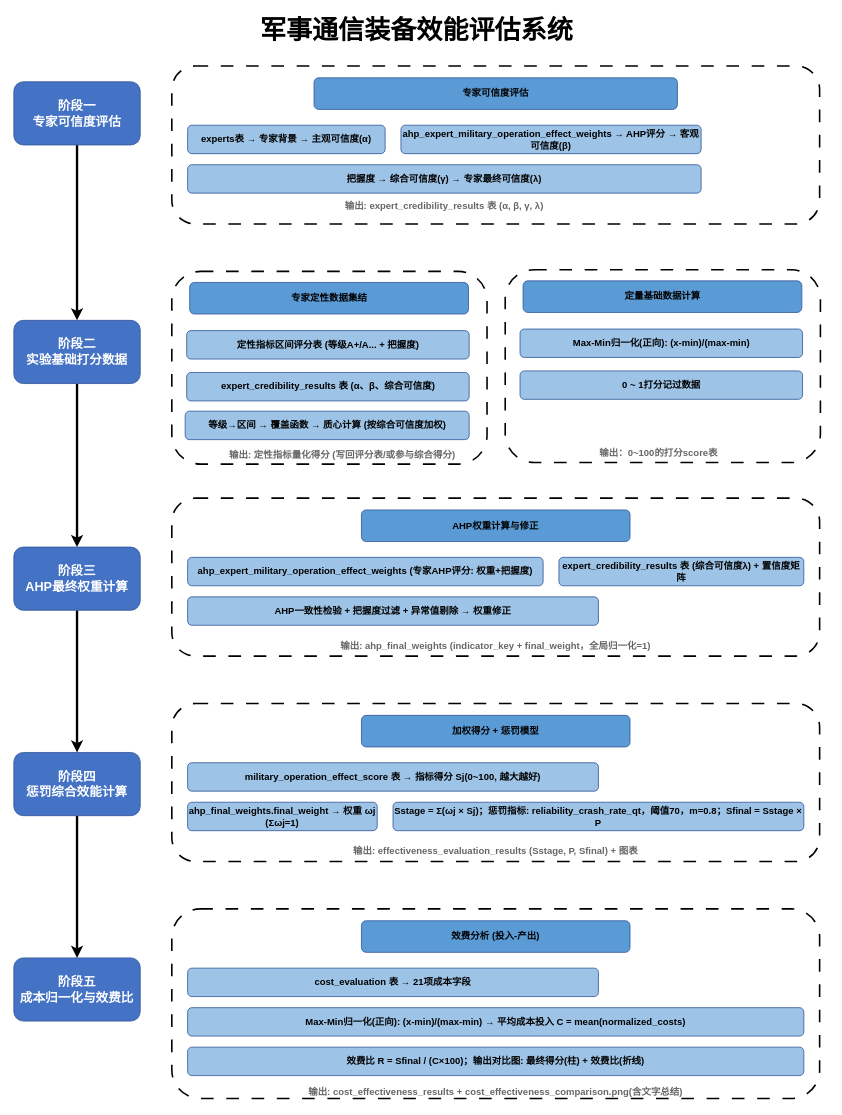
This is military_operational_effectiveness_evaluation/operation/流程图.drawio from Ruotong2025/Military_Communication_Performance_Evaluation, a draw.io file, before an edit. Source tidied: cells renumbered, new cells numbered last; positions are measured from the earlier drawing's top-left corner, leaving out a move shared by most shapes. Both pictures are drawn from the tidied source at 79%, with x=0, y=0 at pixel (13, 13).
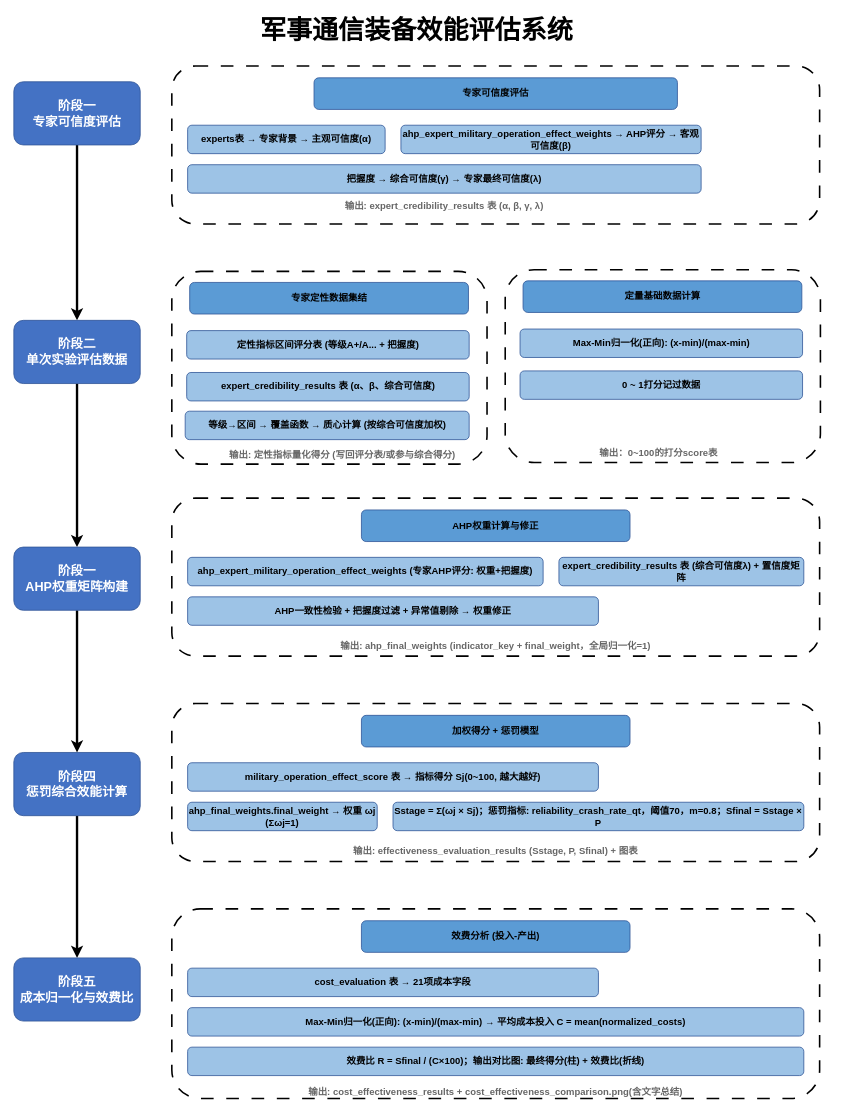
Above is the later version.

Diff of the diagram source:
```diff
@@
-    <mxCell id="14" value="阶段二&lt;br&gt;实验基础打分数据" style="rounded=1;whiteSpace=wrap;html=1;fillColor=#4472C4;strokeColor=#2F5496;fontColor=#FFFFFF;fontSize=16;fontStyle=1;align=center;verticalAlign=middle;" parent="1" vertex="1">
+    <mxCell id="14" value="阶段二&lt;br&gt;单次实验评估数据" style="rounded=1;whiteSpace=wrap;html=1;fillColor=#4472C4;strokeColor=#2F5496;fontColor=#FFFFFF;fontSize=16;fontStyle=1;align=center;verticalAlign=middle;" parent="1" vertex="1">
       <mxGeometry y="388" width="160" height="80" as="geometry" />
     </mxCell>
@@
-    <mxCell id="16" value="阶段三&#10;AHP最终权重计算" style="rounded=1;whiteSpace=wrap;html=1;fillColor=#4472C4;strokeColor=#2F5496;fontColor=#FFFFFF;fontSize=16;fontStyle=1;align=center;verticalAlign=middle;" parent="1" vertex="1">
+    <mxCell id="16" value="阶段一&lt;br&gt;AHP权重矩阵构建" style="rounded=1;whiteSpace=wrap;html=1;fillColor=#4472C4;strokeColor=#2F5496;fontColor=#FFFFFF;fontSize=16;fontStyle=1;align=center;verticalAlign=middle;" parent="1" vertex="1">
       <mxGeometry y="675" width="160" height="80" as="geometry" />
     </mxCell>
```
